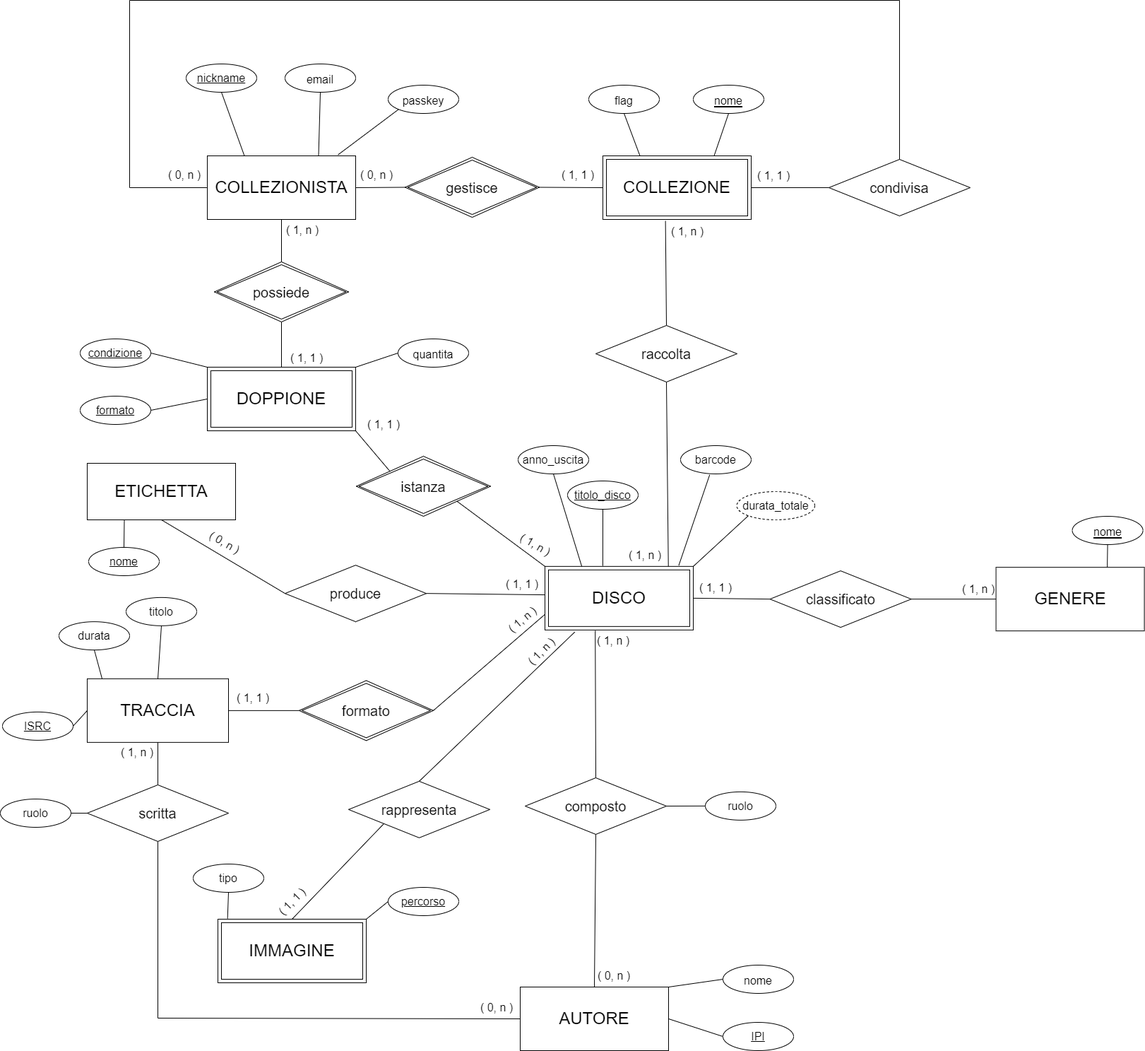
Above: New SCHEMA E-R Progetto Lab Base di Dati.drawio.png in maryluuuu/db-collectors (draw.io), before the change. Source tidied: cells renumbered, new cells last; positions are measured from the earlier drawing's top-left corner, leaving out a move shared by most shapes.
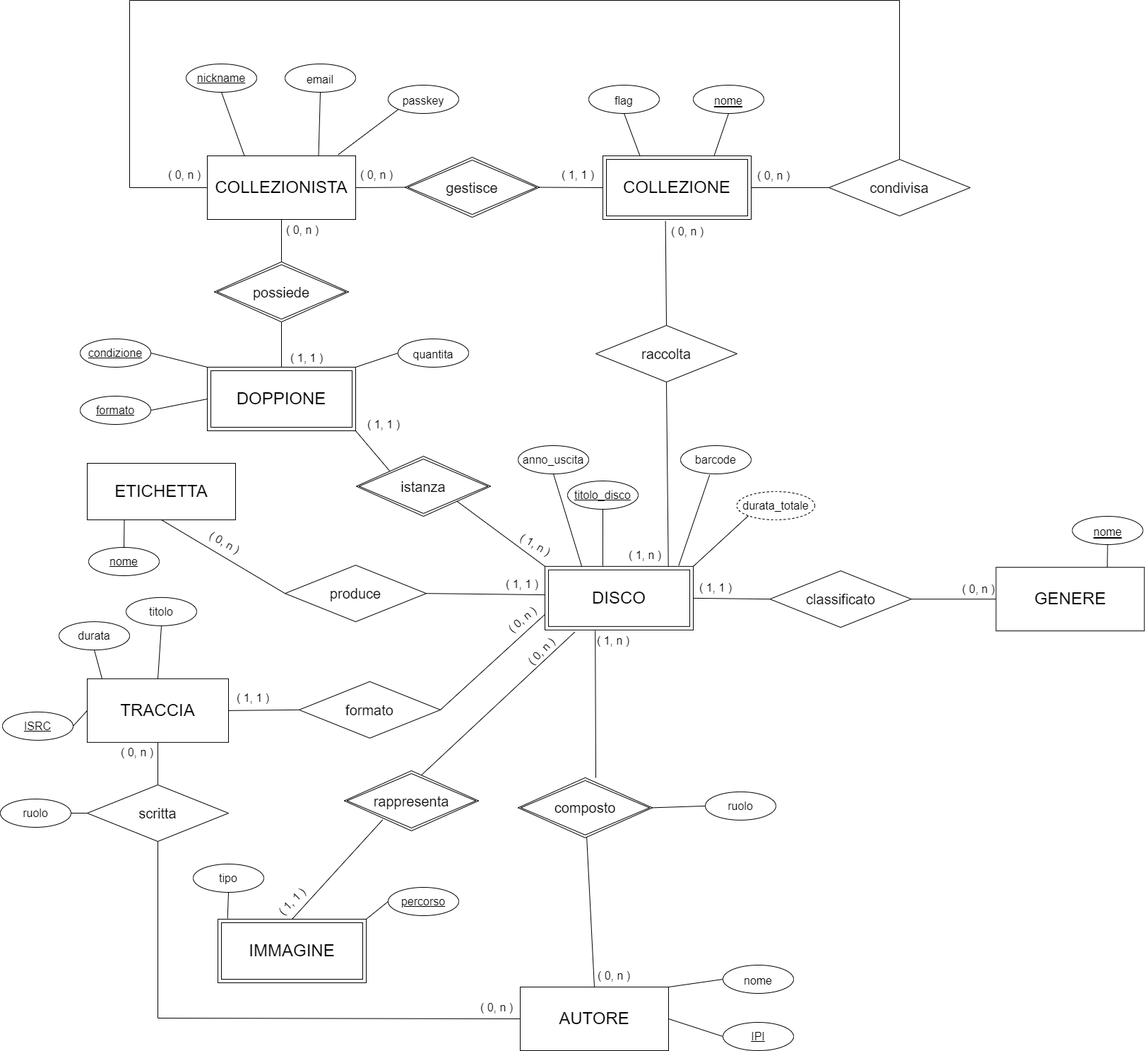
After the change.

Commit message:
Modificato le cardinalita'

What changed in the source:
```diff
@@ -32,8 +32,9 @@
     <mxCell id="11" style="endArrow=none;html=1;rounded=0;exitX=1;exitY=0.5;exitDx=0;exitDy=0;entryX=0;entryY=0.5;entryDx=0;entryDy=0;fontSize=24;" parent="1" edge="1" source="10" target="100">
       <mxGeometry relative="1" as="geometry" />
     </mxCell>
-    <mxCell id="12" style="endArrow=none;html=1;rounded=0;entryX=0.339;entryY=0.996;entryDx=0;entryDy=0;exitX=0.5;exitY=0;exitDx=0;exitDy=0;entryPerimeter=0;fontSize=24;" parent="1" edge="1" source="34">
+    <mxCell id="12" style="endArrow=none;html=1;rounded=0;entryX=0.339;entryY=0.996;entryDx=0;entryDy=0;exitX=0.5;exitY=0;exitDx=0;exitDy=0;entryPerimeter=0;fontSize=24;" parent="1" edge="1">
       <mxGeometry relative="1" as="geometry">
+        <mxPoint x="843" y="1100" as="sourcePoint" />
         <mxPoint x="842.2" y="891.8" as="targetPoint" />
       </mxGeometry>
     </mxCell>
@@ -52,10 +53,10 @@
     <mxCell id="17" style="endArrow=none;html=1;rounded=0;entryX=0.5;entryY=1;entryDx=0;entryDy=0;exitX=0.75;exitY=0;exitDx=0;exitDy=0;fontSize=24;" parent="1" edge="1" source="10" target="16">
       <mxGeometry relative="1" as="geometry" />
     </mxCell>
-    <mxCell id="18" value="&lt;font style=&quot;font-size: 16px;&quot;&gt;( 1, n )&lt;/font&gt;" style="text;html=1;strokeColor=none;fillColor=none;align=center;verticalAlign=middle;whiteSpace=wrap;rounded=0;fontSize=16;" parent="1" vertex="1">
+    <mxCell id="18" value="&lt;font style=&quot;font-size: 16px;&quot;&gt;( 0, n )&lt;/font&gt;" style="text;html=1;strokeColor=none;fillColor=none;align=center;verticalAlign=middle;whiteSpace=wrap;rounded=0;fontSize=16;" parent="1" vertex="1">
       <mxGeometry x="388" y="310" width="80" height="30" as="geometry" />
     </mxCell>
-    <mxCell id="19" value="&lt;font style=&quot;font-size: 16px;&quot;&gt;( 1, n )&lt;/font&gt;" style="text;html=1;strokeColor=none;fillColor=none;align=center;verticalAlign=middle;whiteSpace=wrap;rounded=0;fontSize=24;" parent="1" vertex="1">
+    <mxCell id="19" value="&lt;font style=&quot;font-size: 16px;&quot;&gt;( 0, n )&lt;/font&gt;" style="text;html=1;strokeColor=none;fillColor=none;align=center;verticalAlign=middle;whiteSpace=wrap;rounded=0;fontSize=24;" parent="1" vertex="1">
       <mxGeometry x="943" y="310" width="60" height="30" as="geometry" />
     </mxCell>
     <mxCell id="20" value="&lt;font style=&quot;font-size: 16px;&quot;&gt;quantita&lt;/font&gt;" style="ellipse;whiteSpace=wrap;html=1;align=center;fontSize=24;" parent="1" vertex="1">
@@ -91,7 +92,7 @@
     <mxCell id="30" value="&lt;font style=&quot;font-size: 16px;&quot;&gt;( 1, 1 )&lt;/font&gt;" style="text;html=1;strokeColor=none;fillColor=none;align=center;verticalAlign=middle;whiteSpace=wrap;rounded=0;fontSize=24;" parent="1" vertex="1">
       <mxGeometry x="788" y="230" width="60" height="30" as="geometry" />
     </mxCell>
-    <mxCell id="31" value="&lt;font style=&quot;font-size: 16px;&quot;&gt;( 1, 1 )&lt;/font&gt;" style="text;whiteSpace=wrap;html=1;fontSize=24;" parent="1" vertex="1">
+    <mxCell id="31" value="&lt;font style=&quot;font-size: 16px;&quot;&gt;( 0, n )&lt;/font&gt;" style="text;whiteSpace=wrap;html=1;fontSize=24;" parent="1" vertex="1">
       <mxGeometry x="1070" y="225" width="63" height="40" as="geometry" />
     </mxCell>
     <mxCell id="32" style="endArrow=none;html=1;rounded=0;entryX=0;entryY=0.5;entryDx=0;entryDy=0;fontSize=24;exitX=1;exitY=0.5;exitDx=0;exitDy=0;" parent="1" edge="1" source="99" target="33">
@@ -100,10 +101,7 @@
     <mxCell id="33" value="&lt;font style=&quot;font-size: 20px;&quot;&gt;condivisa&lt;/font&gt;" style="shape=rhombus;perimeter=rhombusPerimeter;whiteSpace=wrap;html=1;align=center;fontSize=24;" parent="1" vertex="1">
       <mxGeometry x="1173" y="225" width="200" height="80" as="geometry" />
     </mxCell>
-    <mxCell id="34" value="&lt;font style=&quot;font-size: 20px;&quot;&gt;composto&lt;/font&gt;" style="shape=rhombus;perimeter=rhombusPerimeter;whiteSpace=wrap;html=1;align=center;fontSize=24;" parent="1" vertex="1">
-      <mxGeometry x="743" y="1100" width="200" height="80" as="geometry" />
-    </mxCell>
-    <mxCell id="35" style="endArrow=none;html=1;rounded=0;entryX=0.5;entryY=1;entryDx=0;entryDy=0;exitX=0.5;exitY=0;exitDx=0;exitDy=0;fontSize=24;" parent="1" edge="1" source="36" target="34">
+    <mxCell id="35" style="endArrow=none;html=1;rounded=0;exitX=0.5;exitY=0;exitDx=0;exitDy=0;fontSize=24;" parent="1" edge="1" source="36" target="34">
       <mxGeometry relative="1" as="geometry" />
     </mxCell>
     <mxCell id="36" value="AUTORE" style="whiteSpace=wrap;html=1;align=center;fontSize=24;" parent="1" vertex="1">
@@ -115,7 +113,7 @@
     <mxCell id="38" value="( 1, 1 )" style="text;html=1;strokeColor=none;fillColor=none;align=center;verticalAlign=middle;whiteSpace=wrap;rounded=0;fontSize=16;" parent="1" vertex="1">
       <mxGeometry x="982.6" y="816.1" width="60" height="30" as="geometry" />
     </mxCell>
-    <mxCell id="39" value="( 1, n )" style="text;whiteSpace=wrap;html=1;fontSize=16;" parent="1" vertex="1">
+    <mxCell id="39" value="( 0, n )" style="text;whiteSpace=wrap;html=1;fontSize=16;" parent="1" vertex="1">
       <mxGeometry x="1359.6" y="817.1" width="70" height="40" as="geometry" />
     </mxCell>
     <mxCell id="40" value="&lt;font style=&quot;font-size: 16px;&quot;&gt;nome&lt;/font&gt;" style="ellipse;whiteSpace=wrap;html=1;align=center;fontSize=24;" parent="1" vertex="1">
@@ -136,13 +134,10 @@
     <mxCell id="45" value="( 0, n )" style="text;html=1;strokeColor=none;fillColor=none;align=center;verticalAlign=middle;whiteSpace=wrap;rounded=0;fontSize=16;" parent="1" vertex="1">
       <mxGeometry x="839" y="1365" width="60" height="30" as="geometry" />
     </mxCell>
-    <mxCell id="46" style="endArrow=none;html=1;rounded=0;exitX=0.5;exitY=0;exitDx=0;exitDy=0;fontSize=24;entryX=0.201;entryY=1.032;entryDx=0;entryDy=0;entryPerimeter=0;" parent="1" edge="1" source="47" target="110">
+    <mxCell id="46" style="endArrow=none;html=1;rounded=0;exitX=0.563;exitY=0.096;exitDx=0;exitDy=0;fontSize=24;entryX=0.201;entryY=1.032;entryDx=0;entryDy=0;entryPerimeter=0;exitPerimeter=0;" parent="1" edge="1" source="47" target="110">
       <mxGeometry relative="1" as="geometry" />
     </mxCell>
-    <mxCell id="47" value="&lt;font style=&quot;font-size: 20px;&quot;&gt;rappresenta&lt;/font&gt;" style="shape=rhombus;perimeter=rhombusPerimeter;whiteSpace=wrap;html=1;align=center;fontSize=24;" parent="1" vertex="1">
-      <mxGeometry x="493" y="1104.9" width="200" height="80" as="geometry" />
-    </mxCell>
-    <mxCell id="48" style="endArrow=none;html=1;rounded=0;exitX=0;exitY=1;exitDx=0;exitDy=0;entryX=0.5;entryY=0;entryDx=0;entryDy=0;fontSize=24;" parent="1" edge="1" source="47" target="72">
+    <mxCell id="48" style="endArrow=none;html=1;rounded=0;exitX=0.287;exitY=0.813;exitDx=0;exitDy=0;entryX=0.5;entryY=0;entryDx=0;entryDy=0;fontSize=24;exitPerimeter=0;" parent="1" edge="1" source="47" target="72">
       <mxGeometry relative="1" as="geometry" />
     </mxCell>
     <mxCell id="49" value="titolo_disco" style="ellipse;whiteSpace=wrap;html=1;align=center;fontStyle=4;fontSize=16;" parent="1" vertex="1">
@@ -173,7 +168,7 @@
         <mxPoint x="253" y="1035" as="targetPoint" />
       </mxGeometry>
     </mxCell>
-    <mxCell id="57" style="endArrow=none;html=1;rounded=0;exitX=0;exitY=0.5;exitDx=0;exitDy=0;entryX=1;entryY=0.5;entryDx=0;entryDy=0;fontSize=24;" parent="1" edge="1" source="103" target="58">
+    <mxCell id="57" style="endArrow=none;html=1;rounded=0;entryX=1;entryY=0.5;entryDx=0;entryDy=0;fontSize=24;exitX=0;exitY=0.5;exitDx=0;exitDy=0;" parent="1" edge="1" source="103" target="58">
       <mxGeometry relative="1" as="geometry" />
     </mxCell>
     <mxCell id="58" value="TRACCIA" style="whiteSpace=wrap;html=1;align=center;fontSize=24;" parent="1" vertex="1">
@@ -204,7 +199,7 @@
         </Array>
       </mxGeometry>
     </mxCell>
-    <mxCell id="66" value="( 1, n )" style="text;html=1;strokeColor=none;fillColor=none;align=center;verticalAlign=middle;whiteSpace=wrap;rounded=0;fontSize=16;rotation=-40;" parent="1" vertex="1">
+    <mxCell id="66" value="( 0, n )" style="text;html=1;strokeColor=none;fillColor=none;align=center;verticalAlign=middle;whiteSpace=wrap;rounded=0;fontSize=16;rotation=-40;" parent="1" vertex="1">
       <mxGeometry x="709" y="861" width="60" height="30" as="geometry" />
     </mxCell>
     <mxCell id="67" value="( 1, n )" style="text;html=1;strokeColor=none;fillColor=none;align=center;verticalAlign=middle;whiteSpace=wrap;rounded=0;fontSize=16;rotation=30;" parent="1" vertex="1">
@@ -219,7 +214,7 @@
     <mxCell id="70" value="( 0, n )" style="text;html=1;strokeColor=none;fillColor=none;align=center;verticalAlign=middle;whiteSpace=wrap;rounded=0;fontSize=16;" parent="1" vertex="1">
       <mxGeometry x="673" y="1410" width="60" height="30" as="geometry" />
     </mxCell>
-    <mxCell id="71" value="&lt;font style=&quot;font-size: 16px;&quot;&gt;( 1, n )&lt;/font&gt;" style="text;html=1;strokeColor=none;fillColor=none;align=center;verticalAlign=middle;whiteSpace=wrap;rounded=0;fontSize=24;" parent="1" vertex="1">
+    <mxCell id="71" value="&lt;font style=&quot;font-size: 16px;&quot;&gt;( 0, n )&lt;/font&gt;" style="text;html=1;strokeColor=none;fillColor=none;align=center;verticalAlign=middle;whiteSpace=wrap;rounded=0;fontSize=24;" parent="1" vertex="1">
       <mxGeometry x="164" y="1046.9" width="60" height="30" as="geometry" />
     </mxCell>
     <mxCell id="72" value="&lt;font style=&quot;font-size: 24px;&quot;&gt;IMMAGINE&lt;/font&gt;" style="shape=ext;margin=3;double=1;whiteSpace=wrap;html=1;align=center;fontSize=24;" parent="1" vertex="1">
@@ -249,7 +244,7 @@
     <mxCell id="78" style="endArrow=none;html=1;rounded=0;entryX=1;entryY=0.5;entryDx=0;entryDy=0;exitX=0;exitY=0.447;exitDx=0;exitDy=0;exitPerimeter=0;" parent="1" edge="1" source="110" target="77">
       <mxGeometry relative="1" as="geometry" />
     </mxCell>
-    <mxCell id="79" value="&lt;font style=&quot;font-size: 16px;&quot;&gt;( 1, n )&lt;/font&gt;" style="text;html=1;strokeColor=none;fillColor=none;align=center;verticalAlign=middle;whiteSpace=wrap;rounded=0;rotation=-45;" parent="1" vertex="1">
+    <mxCell id="79" value="&lt;font style=&quot;font-size: 16px;&quot;&gt;( 0, n )&lt;/font&gt;" style="text;html=1;strokeColor=none;fillColor=none;align=center;verticalAlign=middle;whiteSpace=wrap;rounded=0;rotation=-45;" parent="1" vertex="1">
       <mxGeometry x="736" y="906" width="60" height="30" as="geometry" />
     </mxCell>
     <mxCell id="80" value="&lt;font style=&quot;font-size: 16px;&quot;&gt;nome&lt;/font&gt;" style="ellipse;whiteSpace=wrap;html=1;align=center;fontStyle=4;" parent="1" vertex="1">
@@ -321,9 +316,6 @@
     <mxCell id="102" value="&lt;font style=&quot;font-size: 20px;&quot;&gt;istanza&lt;/font&gt;" style="shape=rhombus;double=1;perimeter=rhombusPerimeter;whiteSpace=wrap;html=1;align=center;" parent="1" vertex="1">
       <mxGeometry x="504" y="645" width="190" height="85" as="geometry" />
     </mxCell>
-    <mxCell id="103" value="&lt;font style=&quot;font-size: 20px;&quot;&gt;formato&lt;/font&gt;" style="shape=rhombus;double=1;perimeter=rhombusPerimeter;whiteSpace=wrap;html=1;align=center;" parent="1" vertex="1">
-      <mxGeometry x="423" y="962.4" width="190" height="85" as="geometry" />
-    </mxCell>
     <mxCell id="104" value="&lt;u&gt;ISRC&lt;/u&gt;" style="ellipse;whiteSpace=wrap;html=1;align=center;fontSize=16;" parent="1" vertex="1">
       <mxGeometry x="3" y="1006.9" width="100" height="40" as="geometry" />
     </mxCell>
@@ -351,5 +343,14 @@
     <mxCell id="112" style="endArrow=none;html=1;rounded=0;entryX=0;entryY=1;entryDx=0;entryDy=0;exitX=0.881;exitY=-0.016;exitDx=0;exitDy=0;exitPerimeter=0;" parent="1" edge="1" source="10" target="111">
       <mxGeometry relative="1" as="geometry" />
     </mxCell>
+    <mxCell id="34" value="&lt;font style=&quot;font-size: 20px;&quot;&gt;composto&lt;/font&gt;" style="shape=rhombus;double=1;perimeter=rhombusPerimeter;whiteSpace=wrap;html=1;align=center;" parent="1" vertex="1">
+      <mxGeometry x="733" y="1099.9" width="190" height="85" as="geometry" />
+    </mxCell>
+    <mxCell id="47" value="&lt;font style=&quot;font-size: 20px;&quot;&gt;rappresenta&lt;/font&gt;" style="shape=rhombus;double=1;perimeter=rhombusPerimeter;whiteSpace=wrap;html=1;align=center;" parent="1" vertex="1">
+      <mxGeometry x="487" y="1090" width="190" height="85" as="geometry" />
+    </mxCell>
+    <mxCell id="103" value="&lt;span style=&quot;font-size: 20px;&quot;&gt;formato&lt;/span&gt;" style="shape=rhombus;perimeter=rhombusPerimeter;whiteSpace=wrap;html=1;align=center;fontSize=24;" parent="1" vertex="1">
+      <mxGeometry x="423" y="963.9" width="200" height="80" as="geometry" />
+    </mxCell>
   </root>
 </mxGraphModel>
```
